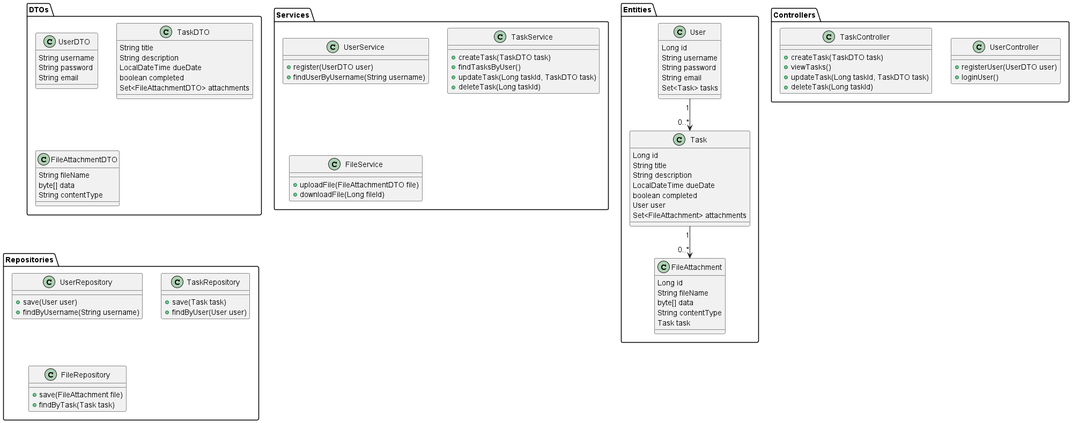
Above: docs/class-diagram.png in OleksandrProkopenkoDev/todo-list (PlantUML), before the change. Its diagram source:
```plantuml
@startuml

package "Entities" {
  class User {
    Long id
    String username
    String password
    String email
    Set<Task> tasks
  }

  class Task {
    Long id
    String title
    String description
    LocalDateTime dueDate
    boolean completed
    User user
    Set<FileAttachment> attachments
  }

  class FileAttachment {
    Long id
    String fileName
    byte[] data
    String contentType
    Task task
  }
}

package "DTOs" {
  class UserDTO {
    String username
    String password
    String email
  }

  class TaskDTO {
    String title
    String description
    LocalDateTime dueDate
    boolean completed
    Set<FileAttachmentDTO> attachments
  }

  class FileAttachmentDTO {
    String fileName
    byte[] data
    String contentType
  }
}

package "Controllers" {
  class UserController {
    + registerUser(UserDTO user)
    + loginUser()
  }

  class TaskController {
    + createTask(TaskDTO task)
    + viewTasks()
    + updateTask(Long taskId, TaskDTO task)
    + deleteTask(Long taskId)
  }
}

package "Services" {
  class UserService {
    + register(UserDTO user)
    + findUserByUsername(String username)
  }

  class TaskService {
    + createTask(TaskDTO task)
    + findTasksByUser()
    + updateTask(Long taskId, TaskDTO task)
    + deleteTask(Long taskId)
  }

  class FileService {
    + uploadFile(FileAttachmentDTO file)
    + downloadFile(Long fileId)
  }
}

package "Repositories" {
  class UserRepository {
    + save(User user)
    + findByUsername(String username)
  }

  class TaskRepository {
    + save(Task task)
    + findByUser(User user)
  }

  class FileRepository {
    + save(FileAttachment file)
    + findByTask(Task task)
  }
}

User "1" --> "0..*" Task
Task "1" --> "0..*" FileAttachment

@enduml
```
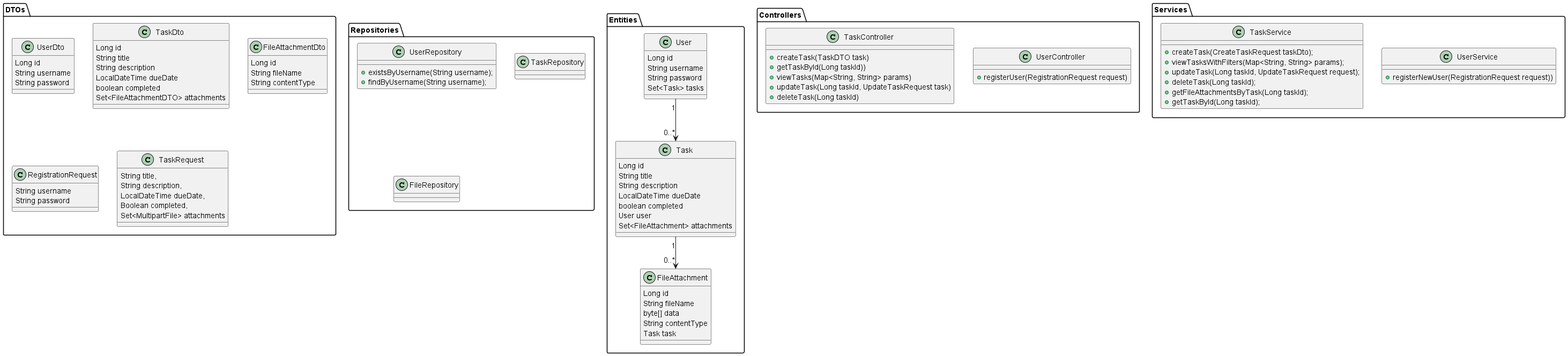
After the commit.

Change to the diagram source:
```diff
@@ -5,7 +5,6 @@
     Long id
     String username
     String password
-    String email
     Set<Task> tasks
   }
 
@@ -29,13 +28,14 @@
 }
 
 package "DTOs" {
-  class UserDTO {
+  class UserDto {
+    Long id
     String username
     String password
-    String email
   }
 
-  class TaskDTO {
+  class TaskDto {
+    Long id
     String title
     String description
     LocalDateTime dueDate
@@ -43,60 +43,66 @@
     Set<FileAttachmentDTO> attachments
   }
 
-  class FileAttachmentDTO {
+  class FileAttachmentDto {
+    Long id
     String fileName
-    byte[] data
     String contentType
   }
+
+  class RegistrationRequest{
+    String username
+    String password
+   }
+
+   class TaskRequest{
+      String title,
+      String description,
+      LocalDateTime dueDate,
+      Boolean completed,
+      Set<MultipartFile> attachments
+   }
 }
 
 package "Controllers" {
   class UserController {
-    + registerUser(UserDTO user)
-    + loginUser()
+    + registerUser(RegistrationRequest request)
   }
 
   class TaskController {
     + createTask(TaskDTO task)
-    + viewTasks()
-    + updateTask(Long taskId, TaskDTO task)
+    + getTaskById(Long taskId))
+    + viewTasks(Map<String, String> params)
+    + updateTask(Long taskId, UpdateTaskRequest task)
     + deleteTask(Long taskId)
   }
 }
 
 package "Services" {
   class UserService {
-    + register(UserDTO user)
-    + findUserByUsername(String username)
+    + registerNewUser(RegistrationRequest request))
   }
 
   class TaskService {
-    + createTask(TaskDTO task)
-    + findTasksByUser()
-    + updateTask(Long taskId, TaskDTO task)
-    + deleteTask(Long taskId)
+  + createTask(CreateTaskRequest taskDto);
+  + viewTasksWithFilters(Map<String, String> params);
+  + updateTask(Long taskId, UpdateTaskRequest request);
+  + deleteTask(Long taskId);
+  + getFileAttachmentsByTask(Long taskId);
+  + getTaskById(Long taskId);
   }
 
-  class FileService {
-    + uploadFile(FileAttachmentDTO file)
-    + downloadFile(Long fileId)
-  }
 }
 
 package "Repositories" {
   class UserRepository {
-    + save(User user)
-    + findByUsername(String username)
+  + existsByUsername(String username);
+  + findByUsername(String username);
   }
 
   class TaskRepository {
-    + save(Task task)
-    + findByUser(User user)
   }
 
   class FileRepository {
-    + save(FileAttachment file)
-    + findByTask(Task task)
   }
 }
 
```
